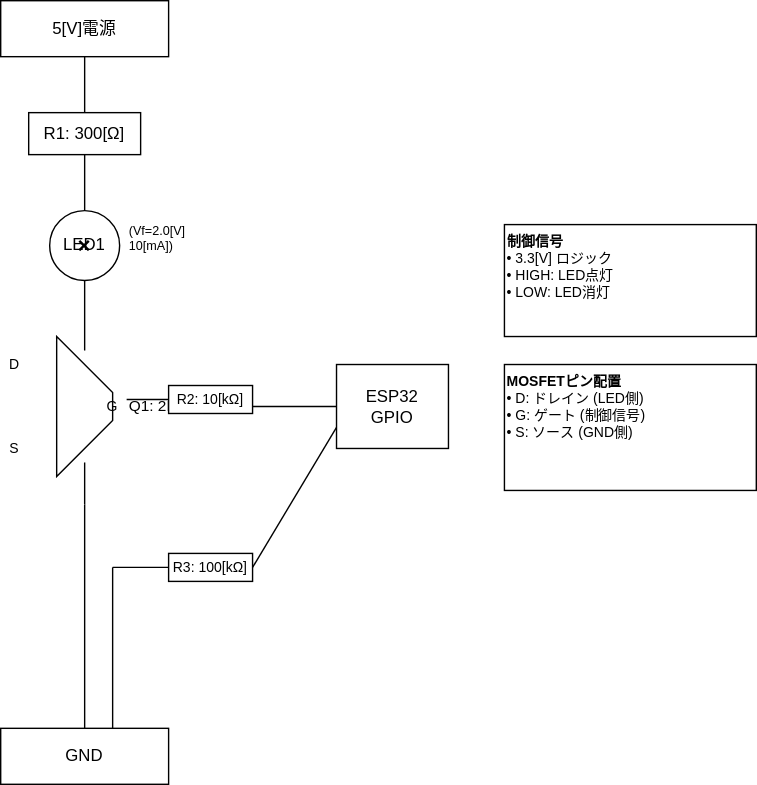
Above: docs-src/images/led-driver-circuit.drawio.svg in Hondarer/bleio (draw.io), before the change. Source tidied: cells renumbered, new cells last; positions are measured from the earlier drawing's top-left corner, leaving out a move shared by most shapes. Its diagram source:
```xml
<mxGraphModel>
  <root>
    <mxCell id="0" />
    <mxCell id="1" parent="0" />
    <mxCell id="2" value="5[V]電源" style="rounded=0;whiteSpace=wrap;html=1;" parent="1" vertex="1">
      <mxGeometry width="120" height="40" as="geometry" />
    </mxCell>
    <mxCell id="3" value="GND" style="rounded=0;whiteSpace=wrap;html=1;" parent="1" vertex="1">
      <mxGeometry y="520" width="120" height="40" as="geometry" />
    </mxCell>
    <mxCell id="4" style="endArrow=none;html=1;exitX=0.5;exitY=1;exitDx=0;exitDy=0;" parent="1" edge="1" source="2">
      <mxGeometry relative="1" as="geometry">
        <mxPoint x="60" y="80" as="targetPoint" />
      </mxGeometry>
    </mxCell>
    <mxCell id="5" value="R1: 300[Ω]" style="rounded=0;whiteSpace=wrap;html=1;" parent="1" vertex="1">
      <mxGeometry x="20" y="80" width="80" height="30" as="geometry" />
    </mxCell>
    <mxCell id="6" style="endArrow=none;html=1;exitX=0.5;exitY=1;exitDx=0;exitDy=0;" parent="1" edge="1" source="5">
      <mxGeometry relative="1" as="geometry">
        <mxPoint x="60" y="150" as="targetPoint" />
      </mxGeometry>
    </mxCell>
    <mxCell id="7" value="LED1" style="ellipse;whiteSpace=wrap;html=1;" parent="1" vertex="1">
      <mxGeometry x="35" y="150" width="50" height="50" as="geometry" />
    </mxCell>
    <mxCell id="8" style="endArrow=none;html=1;exitX=0.5;exitY=1;exitDx=0;exitDy=0;" parent="1" edge="1" source="7">
      <mxGeometry relative="1" as="geometry">
        <mxPoint x="60" y="250" as="targetPoint" />
      </mxGeometry>
    </mxCell>
    <mxCell id="9" value="D" style="text;html=1;strokeColor=none;fillColor=none;align=center;verticalAlign=middle;whiteSpace=wrap;rounded=0;fontSize=10;" parent="1" vertex="1">
      <mxGeometry y="250" width="20" height="20" as="geometry" />
    </mxCell>
    <mxCell id="10" style="shape=trapezoid;perimeter=trapezoidPerimeter;whiteSpace=wrap;html=1;fixedSize=1;rotation=90;size=40;" parent="1" vertex="1">
      <mxGeometry x="10" y="270" width="100" height="40" as="geometry" />
    </mxCell>
    <mxCell id="11" value="G" style="text;html=1;strokeColor=none;fillColor=none;align=center;verticalAlign=middle;whiteSpace=wrap;rounded=0;fontSize=10;" parent="1" vertex="1">
      <mxGeometry x="70" y="280" width="20" height="20" as="geometry" />
    </mxCell>
    <mxCell id="12" value="S" style="text;html=1;strokeColor=none;fillColor=none;align=center;verticalAlign=middle;whiteSpace=wrap;rounded=0;fontSize=10;" parent="1" vertex="1">
      <mxGeometry y="310" width="20" height="20" as="geometry" />
    </mxCell>
    <mxCell id="13" value="Q1: 2N7000" style="text;html=1;strokeColor=none;fillColor=none;align=left;verticalAlign=middle;whiteSpace=wrap;rounded=0;fontSize=11;" parent="1" vertex="1">
      <mxGeometry x="90" y="280" width="80" height="20" as="geometry" />
    </mxCell>
    <mxCell id="14" style="endArrow=none;html=1;" parent="1" edge="1">
      <mxGeometry relative="1" as="geometry">
        <mxPoint x="60" y="330" as="sourcePoint" />
        <mxPoint x="60" y="360" as="targetPoint" />
      </mxGeometry>
    </mxCell>
    <mxCell id="15" style="endArrow=none;html=1;" parent="1" edge="1">
      <mxGeometry relative="1" as="geometry">
        <mxPoint x="60" y="360" as="sourcePoint" />
        <mxPoint x="60" y="520" as="targetPoint" />
      </mxGeometry>
    </mxCell>
    <mxCell id="16" value="ESP32&lt;br&gt;GPIO" style="rounded=0;whiteSpace=wrap;html=1;" parent="1" vertex="1">
      <mxGeometry x="240" y="260" width="80" height="60" as="geometry" />
    </mxCell>
    <mxCell id="17" style="endArrow=none;html=1;exitX=0;exitY=0.5;exitDx=0;exitDy=0;" parent="1" edge="1" source="16">
      <mxGeometry relative="1" as="geometry">
        <mxPoint x="180" y="290" as="targetPoint" />
      </mxGeometry>
    </mxCell>
    <mxCell id="18" value="R2: 10[kΩ]" style="rounded=0;whiteSpace=wrap;html=1;fontSize=10;" parent="1" vertex="1">
      <mxGeometry x="120" y="275" width="60" height="20" as="geometry" />
    </mxCell>
    <mxCell id="19" style="endArrow=none;html=1;" parent="1" edge="1">
      <mxGeometry relative="1" as="geometry">
        <mxPoint x="120" y="285" as="sourcePoint" />
        <mxPoint x="90" y="285" as="targetPoint" />
      </mxGeometry>
    </mxCell>
    <mxCell id="20" style="endArrow=none;html=1;exitX=0;exitY=0.75;exitDx=0;exitDy=0;" parent="1" edge="1" source="16">
      <mxGeometry relative="1" as="geometry">
        <mxPoint x="180" y="405" as="targetPoint" />
      </mxGeometry>
    </mxCell>
    <mxCell id="21" value="R3: 100[kΩ]" style="rounded=0;whiteSpace=wrap;html=1;fontSize=10;" parent="1" vertex="1">
      <mxGeometry x="120" y="395" width="60" height="20" as="geometry" />
    </mxCell>
    <mxCell id="22" style="endArrow=none;html=1;" parent="1" edge="1">
      <mxGeometry relative="1" as="geometry">
        <mxPoint x="120" y="405" as="sourcePoint" />
        <mxPoint x="80" y="405" as="targetPoint" />
      </mxGeometry>
    </mxCell>
    <mxCell id="23" style="endArrow=none;html=1;" parent="1" edge="1">
      <mxGeometry relative="1" as="geometry">
        <mxPoint x="80" y="405" as="sourcePoint" />
        <mxPoint x="80" y="520" as="targetPoint" />
      </mxGeometry>
    </mxCell>
    <mxCell id="24" value="(Vf=2.0[V]&lt;br&gt;10[mA])" style="text;html=1;strokeColor=none;fillColor=none;align=left;verticalAlign=middle;whiteSpace=wrap;rounded=0;fontSize=9;" parent="1" vertex="1">
      <mxGeometry x="90" y="155" width="60" height="30" as="geometry" />
    </mxCell>
    <mxCell id="25" value="&lt;b&gt;制御信号&lt;/b&gt;&lt;br&gt;• 3.3[V] ロジック&lt;br&gt;• HIGH: LED点灯&lt;br&gt;• LOW: LED消灯" style="rounded=0;whiteSpace=wrap;html=1;align=left;verticalAlign=top;fontSize=10;" parent="1" vertex="1">
      <mxGeometry x="360" y="160" width="180" height="80" as="geometry" />
    </mxCell>
    <mxCell id="26" value="&lt;b&gt;MOSFETピン配置&lt;/b&gt;&lt;br&gt;• D: ドレイン (LED側)&lt;br&gt;• G: ゲート (制御信号)&lt;br&gt;• S: ソース (GND側)" style="rounded=0;whiteSpace=wrap;html=1;align=left;verticalAlign=top;fontSize=10;" parent="1" vertex="1">
      <mxGeometry x="360" y="260" width="180" height="90" as="geometry" />
    </mxCell>
    <mxCell id="27" value="×" style="text;html=1;strokeColor=none;fillColor=none;align=center;verticalAlign=middle;whiteSpace=wrap;rounded=0;fontSize=16;fontStyle=1;" parent="1" vertex="1">
      <mxGeometry x="45" y="160" width="30" height="30" as="geometry" />
    </mxCell>
  </root>
</mxGraphModel>
```
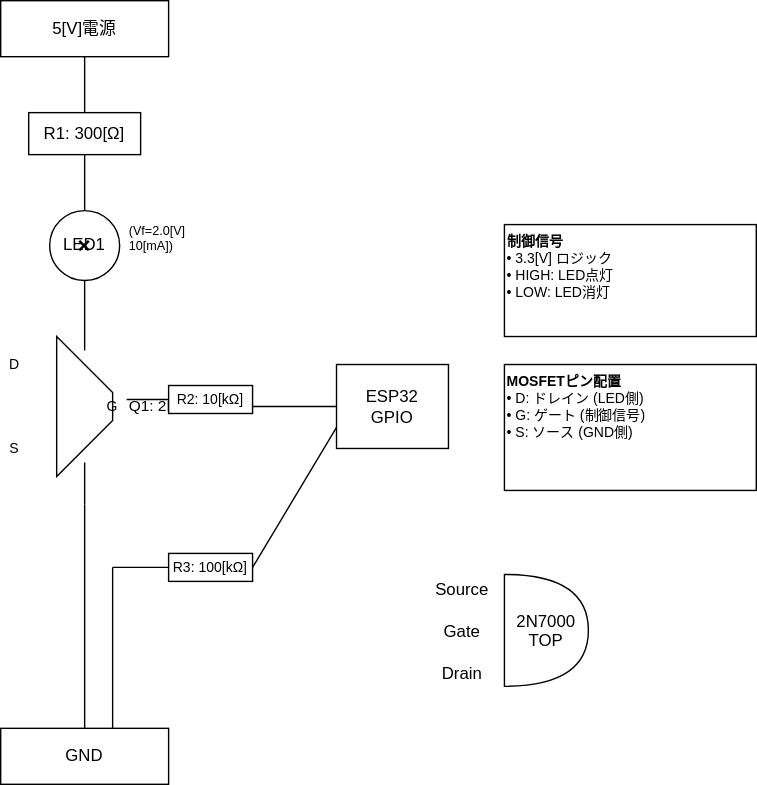
After the commit.

Diff of the diagram source:
```diff
@@ -105,5 +105,17 @@
     <mxCell id="27" value="×" style="text;html=1;strokeColor=none;fillColor=none;align=center;verticalAlign=middle;whiteSpace=wrap;rounded=0;fontSize=16;fontStyle=1;" parent="1" vertex="1">
       <mxGeometry x="45" y="160" width="30" height="30" as="geometry" />
     </mxCell>
+    <mxCell id="28" value="2N7000&#10;TOP" style="shape=or;" parent="1" vertex="1">
+      <mxGeometry x="360" y="410" width="60" height="80" as="geometry" />
+    </mxCell>
+    <mxCell id="29" value="Gate" style="text;align=center;verticalAlign=middle;rounded=0;" parent="1" vertex="1">
+      <mxGeometry x="300" y="435" width="60" height="30" as="geometry" />
+    </mxCell>
+    <mxCell id="30" value="Source" style="text;align=center;verticalAlign=middle;rounded=0;" parent="1" vertex="1">
+      <mxGeometry x="300" y="405" width="60" height="30" as="geometry" />
+    </mxCell>
+    <mxCell id="31" value="Drain" style="text;align=center;verticalAlign=middle;rounded=0;" parent="1" vertex="1">
+      <mxGeometry x="300" y="465" width="60" height="30" as="geometry" />
+    </mxCell>
   </root>
 </mxGraphModel>
```
